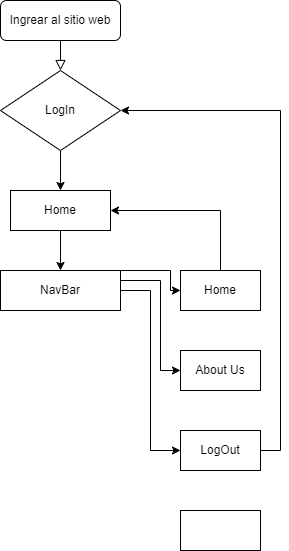
This is Flowchart.drawio.png from SRobinsonGonzalez/PF-Flowchart, a draw.io export, as it was before one commit. Source tidied: cells renumbered, new cells last; positions are measured from the earlier drawing's top-left corner, leaving out a move shared by most shapes. Its diagram source:
```xml
<mxGraphModel>
  <root>
    <mxCell id="0" />
    <mxCell id="1" parent="0" />
    <mxCell id="2" style="rounded=0;html=1;jettySize=auto;fontSize=11;endArrow=block;endFill=0;endSize=8;strokeWidth=1;shadow=0;labelBackgroundColor=none;edgeStyle=orthogonalEdgeStyle;entryX=0.5;entryY=0;entryDx=0;entryDy=0;" parent="1" edge="1" source="3" target="7">
      <mxGeometry relative="1" as="geometry" />
    </mxCell>
    <mxCell id="3" value="Ingrear al sitio web" style="rounded=1;whiteSpace=wrap;html=1;fontSize=12;glass=0;strokeWidth=1;shadow=0;" parent="1" vertex="1">
      <mxGeometry width="120" height="40" as="geometry" />
    </mxCell>
    <mxCell id="4" style="edgeStyle=orthogonalEdgeStyle;rounded=0;jettySize=auto;html=1;exitX=0.5;exitY=1;exitDx=0;exitDy=0;entryX=0.5;entryY=0;entryDx=0;entryDy=0;" parent="1" edge="1" source="5" target="16">
      <mxGeometry relative="1" as="geometry" />
    </mxCell>
    <mxCell id="5" value="Home" style="rounded=0;whiteSpace=wrap;html=1;" parent="1" vertex="1">
      <mxGeometry x="10" y="190" width="100" height="40" as="geometry" />
    </mxCell>
    <mxCell id="6" style="edgeStyle=orthogonalEdgeStyle;rounded=0;jettySize=auto;html=1;exitX=0.5;exitY=1;exitDx=0;exitDy=0;entryX=0.5;entryY=0;entryDx=0;entryDy=0;" parent="1" edge="1" source="7" target="5">
      <mxGeometry relative="1" as="geometry" />
    </mxCell>
    <mxCell id="7" value="LogIn" style="rhombus;whiteSpace=wrap;html=1;" parent="1" vertex="1">
      <mxGeometry y="70" width="120" height="80" as="geometry" />
    </mxCell>
    <mxCell id="8" value="About Us" style="rounded=0;whiteSpace=wrap;html=1;" parent="1" vertex="1">
      <mxGeometry x="180" y="350" width="80" height="40" as="geometry" />
    </mxCell>
    <mxCell id="9" style="edgeStyle=orthogonalEdgeStyle;rounded=0;jettySize=auto;html=1;exitX=0.5;exitY=0;exitDx=0;exitDy=0;entryX=1;entryY=0.5;entryDx=0;entryDy=0;" parent="1" edge="1" source="10" target="5">
      <mxGeometry relative="1" as="geometry" />
    </mxCell>
    <mxCell id="10" value="Home" style="rounded=0;whiteSpace=wrap;html=1;" parent="1" vertex="1">
      <mxGeometry x="180" y="270" width="80" height="40" as="geometry" />
    </mxCell>
    <mxCell id="11" style="edgeStyle=orthogonalEdgeStyle;rounded=0;jettySize=auto;html=1;exitX=1;exitY=0.5;exitDx=0;exitDy=0;entryX=1;entryY=0.5;entryDx=0;entryDy=0;" parent="1" edge="1" source="12" target="7">
      <mxGeometry relative="1" as="geometry" />
    </mxCell>
    <mxCell id="12" value="LogOut" style="rounded=0;whiteSpace=wrap;html=1;" parent="1" vertex="1">
      <mxGeometry x="180" y="430" width="80" height="40" as="geometry" />
    </mxCell>
    <mxCell id="13" style="edgeStyle=orthogonalEdgeStyle;rounded=0;jettySize=auto;html=1;exitX=1;exitY=0;exitDx=0;exitDy=0;entryX=0;entryY=0.5;entryDx=0;entryDy=0;" parent="1" edge="1" source="16" target="10">
      <mxGeometry relative="1" as="geometry">
        <Array as="points">
          <mxPoint x="170" y="270" />
          <mxPoint x="170" y="290" />
        </Array>
      </mxGeometry>
    </mxCell>
    <mxCell id="14" style="edgeStyle=orthogonalEdgeStyle;rounded=0;jettySize=auto;html=1;exitX=1;exitY=0.25;exitDx=0;exitDy=0;entryX=0;entryY=0.5;entryDx=0;entryDy=0;" parent="1" edge="1" source="16" target="8">
      <mxGeometry relative="1" as="geometry">
        <Array as="points">
          <mxPoint x="160" y="280" />
          <mxPoint x="160" y="370" />
        </Array>
      </mxGeometry>
    </mxCell>
    <mxCell id="15" style="edgeStyle=orthogonalEdgeStyle;rounded=0;jettySize=auto;html=1;entryX=0;entryY=0.5;entryDx=0;entryDy=0;" parent="1" edge="1" target="12">
      <mxGeometry relative="1" as="geometry">
        <mxPoint x="120" y="300" as="sourcePoint" />
        <Array as="points">
          <mxPoint x="120" y="290" />
          <mxPoint x="150" y="290" />
          <mxPoint x="150" y="450" />
        </Array>
      </mxGeometry>
    </mxCell>
    <mxCell id="16" value="NavBar" style="rounded=0;whiteSpace=wrap;html=1;" parent="1" vertex="1">
      <mxGeometry y="270" width="120" height="40" as="geometry" />
    </mxCell>
    <mxCell id="17" style="edgeStyle=orthogonalEdgeStyle;rounded=0;jettySize=auto;html=1;exitX=1;exitY=0.5;exitDx=0;exitDy=0;" parent="1" edge="1" source="16">
      <mxGeometry relative="1" as="geometry">
        <mxPoint x="120" y="290" as="targetPoint" />
      </mxGeometry>
    </mxCell>
    <mxCell id="18" style="rounded=0;whiteSpace=wrap;html=1;" parent="1" vertex="1">
      <mxGeometry x="180" y="510" width="80" height="40" as="geometry" />
    </mxCell>
  </root>
</mxGraphModel>
```
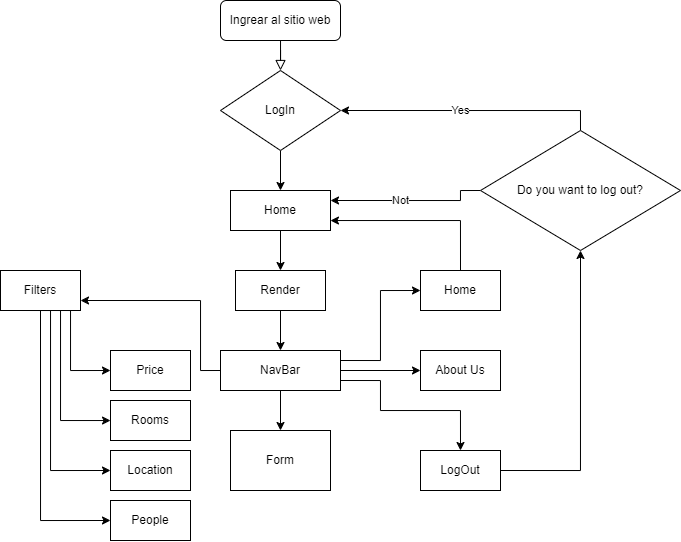
Later version of the same file.

Change to the diagram source:
```diff
@@ -8,9 +8,9 @@
     <mxCell id="3" value="Ingrear al sitio web" style="rounded=1;whiteSpace=wrap;html=1;fontSize=12;glass=0;strokeWidth=1;shadow=0;" parent="1" vertex="1">
       <mxGeometry width="120" height="40" as="geometry" />
     </mxCell>
-    <mxCell id="4" style="edgeStyle=orthogonalEdgeStyle;rounded=0;jettySize=auto;html=1;exitX=0.5;exitY=1;exitDx=0;exitDy=0;entryX=0.5;entryY=0;entryDx=0;entryDy=0;" parent="1" edge="1" source="5" target="16">
-      <mxGeometry relative="1" as="geometry" />
-    </mxCell>
+    <mxCell id="19" style="edgeStyle=orthogonalEdgeStyle;rounded=0;jettySize=auto;html=1;exitX=0.5;exitY=1;exitDx=0;exitDy=0;entryX=0.5;entryY=0;entryDx=0;entryDy=0;" parent="1" edge="1" source="5" target="37">
+      <mxGeometry relative="1" as="geometry" />
+    </mxCell>
     <mxCell id="5" value="Home" style="rounded=0;whiteSpace=wrap;html=1;" parent="1" vertex="1">
       <mxGeometry x="10" y="190" width="100" height="40" as="geometry" />
     </mxCell>
@@ -21,56 +21,121 @@
       <mxGeometry y="70" width="120" height="80" as="geometry" />
     </mxCell>
     <mxCell id="8" value="About Us" style="rounded=0;whiteSpace=wrap;html=1;" parent="1" vertex="1">
-      <mxGeometry x="180" y="350" width="80" height="40" as="geometry" />
+      <mxGeometry x="200" y="350" width="80" height="40" as="geometry" />
     </mxCell>
-    <mxCell id="9" style="edgeStyle=orthogonalEdgeStyle;rounded=0;jettySize=auto;html=1;exitX=0.5;exitY=0;exitDx=0;exitDy=0;entryX=1;entryY=0.5;entryDx=0;entryDy=0;" parent="1" edge="1" source="10" target="5">
-      <mxGeometry relative="1" as="geometry" />
+    <mxCell id="9" style="edgeStyle=orthogonalEdgeStyle;rounded=0;jettySize=auto;html=1;exitX=0.5;exitY=0;exitDx=0;exitDy=0;" parent="1" edge="1" source="10">
+      <mxGeometry relative="1" as="geometry">
+        <mxPoint x="110" y="220" as="targetPoint" />
+        <Array as="points">
+          <mxPoint x="240" y="220" />
+          <mxPoint x="110" y="220" />
+        </Array>
+      </mxGeometry>
     </mxCell>
     <mxCell id="10" value="Home" style="rounded=0;whiteSpace=wrap;html=1;" parent="1" vertex="1">
-      <mxGeometry x="180" y="270" width="80" height="40" as="geometry" />
+      <mxGeometry x="200" y="270" width="80" height="40" as="geometry" />
     </mxCell>
-    <mxCell id="11" style="edgeStyle=orthogonalEdgeStyle;rounded=0;jettySize=auto;html=1;exitX=1;exitY=0.5;exitDx=0;exitDy=0;entryX=1;entryY=0.5;entryDx=0;entryDy=0;" parent="1" edge="1" source="12" target="7">
-      <mxGeometry relative="1" as="geometry" />
-    </mxCell>
+    <mxCell id="20" style="edgeStyle=orthogonalEdgeStyle;rounded=0;jettySize=auto;html=1;exitX=0.5;exitY=1;exitDx=0;exitDy=0;entryX=0.5;entryY=0;entryDx=0;entryDy=0;" parent="1" edge="1" source="16" target="35">
+      <mxGeometry relative="1" as="geometry" />
+    </mxCell>
+    <mxCell id="13" style="edgeStyle=orthogonalEdgeStyle;rounded=0;jettySize=auto;html=1;exitX=1;exitY=0.25;exitDx=0;exitDy=0;entryX=0;entryY=0.5;entryDx=0;entryDy=0;" parent="1" edge="1" source="16" target="10">
+      <mxGeometry relative="1" as="geometry" />
+    </mxCell>
+    <mxCell id="21" style="edgeStyle=orthogonalEdgeStyle;rounded=0;jettySize=auto;html=1;exitX=0;exitY=0.5;exitDx=0;exitDy=0;entryX=1;entryY=0.75;entryDx=0;entryDy=0;" parent="1" edge="1" source="16" target="27">
+      <mxGeometry relative="1" as="geometry">
+        <Array as="points">
+          <mxPoint x="-20" y="370" />
+          <mxPoint x="-20" y="300" />
+        </Array>
+      </mxGeometry>
+    </mxCell>
+    <mxCell id="14" style="edgeStyle=orthogonalEdgeStyle;rounded=0;jettySize=auto;html=1;exitX=1;exitY=0.5;exitDx=0;exitDy=0;entryX=0;entryY=0.5;entryDx=0;entryDy=0;" parent="1" edge="1" source="16" target="8">
+      <mxGeometry relative="1" as="geometry" />
+    </mxCell>
+    <mxCell id="22" style="edgeStyle=orthogonalEdgeStyle;rounded=0;jettySize=auto;html=1;exitX=1;exitY=0.75;exitDx=0;exitDy=0;entryX=0.5;entryY=0;entryDx=0;entryDy=0;" parent="1" edge="1" source="16" target="12">
+      <mxGeometry relative="1" as="geometry">
+        <Array as="points">
+          <mxPoint x="160" y="380" />
+          <mxPoint x="160" y="410" />
+          <mxPoint x="240" y="410" />
+        </Array>
+      </mxGeometry>
+    </mxCell>
+    <mxCell id="16" value="NavBar" style="rounded=0;whiteSpace=wrap;html=1;" parent="1" vertex="1">
+      <mxGeometry y="350" width="120" height="40" as="geometry" />
+    </mxCell>
+    <mxCell id="18" value="Rooms" style="rounded=0;whiteSpace=wrap;html=1;" parent="1" vertex="1">
+      <mxGeometry x="-110" y="400" width="80" height="40" as="geometry" />
+    </mxCell>
+    <mxCell id="23" style="edgeStyle=orthogonalEdgeStyle;rounded=0;jettySize=auto;html=1;exitX=0.75;exitY=1;exitDx=0;exitDy=0;entryX=0;entryY=0.5;entryDx=0;entryDy=0;" parent="1" edge="1" source="27" target="28">
+      <mxGeometry relative="1" as="geometry">
+        <Array as="points">
+          <mxPoint x="-150" y="310" />
+          <mxPoint x="-150" y="370" />
+        </Array>
+      </mxGeometry>
+    </mxCell>
+    <mxCell id="24" style="edgeStyle=orthogonalEdgeStyle;rounded=0;jettySize=auto;html=1;exitX=0.5;exitY=1;exitDx=0;exitDy=0;entryX=0;entryY=0.5;entryDx=0;entryDy=0;" parent="1" edge="1" target="18">
+      <mxGeometry relative="1" as="geometry">
+        <mxPoint x="-170" y="310" as="sourcePoint" />
+        <Array as="points">
+          <mxPoint x="-160" y="310" />
+          <mxPoint x="-160" y="420" />
+          <mxPoint x="-110" y="420" />
+        </Array>
+      </mxGeometry>
+    </mxCell>
+    <mxCell id="25" style="edgeStyle=orthogonalEdgeStyle;rounded=0;jettySize=auto;html=1;exitX=0.25;exitY=1;exitDx=0;exitDy=0;entryX=0;entryY=0.5;entryDx=0;entryDy=0;" parent="1" edge="1" source="27" target="33">
+      <mxGeometry relative="1" as="geometry">
+        <Array as="points">
+          <mxPoint x="-170" y="310" />
+          <mxPoint x="-170" y="470" />
+        </Array>
+      </mxGeometry>
+    </mxCell>
+    <mxCell id="26" style="edgeStyle=orthogonalEdgeStyle;rounded=0;jettySize=auto;html=1;exitX=0.5;exitY=1;exitDx=0;exitDy=0;entryX=0;entryY=0.5;entryDx=0;entryDy=0;" parent="1" edge="1" source="27" target="34">
+      <mxGeometry relative="1" as="geometry" />
+    </mxCell>
+    <mxCell id="27" value="Filters" style="rounded=0;whiteSpace=wrap;html=1;" parent="1" vertex="1">
+      <mxGeometry x="-220" y="270" width="80" height="40" as="geometry" />
+    </mxCell>
+    <mxCell id="28" value="Price" style="rounded=0;whiteSpace=wrap;html=1;" parent="1" vertex="1">
+      <mxGeometry x="-110" y="350" width="80" height="40" as="geometry" />
+    </mxCell>
+    <mxCell id="29" style="edgeStyle=orthogonalEdgeStyle;rounded=0;jettySize=auto;html=1;exitX=1;exitY=0.5;exitDx=0;exitDy=0;entryX=0.5;entryY=1;entryDx=0;entryDy=0;" parent="1" edge="1" source="12" target="32">
+      <mxGeometry relative="1" as="geometry" />
+    </mxCell>
+    <mxCell id="30" value="Yes" style="edgeStyle=orthogonalEdgeStyle;rounded=0;jettySize=auto;html=1;exitX=0.5;exitY=0;exitDx=0;exitDy=0;entryX=1;entryY=0.5;entryDx=0;entryDy=0;" parent="1" edge="1" source="32" target="7">
+      <mxGeometry x="0.08" relative="1" as="geometry" />
+    </mxCell>
+    <mxCell id="31" value="Not" style="edgeStyle=orthogonalEdgeStyle;rounded=0;jettySize=auto;html=1;exitX=0;exitY=0.5;exitDx=0;exitDy=0;entryX=1;entryY=0.25;entryDx=0;entryDy=0;" parent="1" edge="1" source="32" target="5">
+      <mxGeometry x="0.12" relative="1" as="geometry">
+        <Array as="points">
+          <mxPoint x="240" y="190" />
+          <mxPoint x="240" y="200" />
+        </Array>
+      </mxGeometry>
+    </mxCell>
+    <mxCell id="32" value="Do you want to log out?" style="rhombus;whiteSpace=wrap;html=1;" parent="1" vertex="1">
+      <mxGeometry x="260" y="130" width="200" height="120" as="geometry" />
+    </mxCell>
+    <mxCell id="33" value="Location" style="rounded=0;whiteSpace=wrap;html=1;" parent="1" vertex="1">
+      <mxGeometry x="-110" y="450" width="80" height="40" as="geometry" />
+    </mxCell>
+    <mxCell id="34" value="People" style="rounded=0;whiteSpace=wrap;html=1;" parent="1" vertex="1">
+      <mxGeometry x="-110" y="500" width="80" height="40" as="geometry" />
+    </mxCell>
+    <mxCell id="35" value="Form" style="rounded=0;whiteSpace=wrap;html=1;" parent="1" vertex="1">
+      <mxGeometry x="10" y="430" width="100" height="60" as="geometry" />
+    </mxCell>
+    <mxCell id="36" style="edgeStyle=orthogonalEdgeStyle;rounded=0;jettySize=auto;html=1;exitX=0.5;exitY=1;exitDx=0;exitDy=0;entryX=0.5;entryY=0;entryDx=0;entryDy=0;" parent="1" edge="1" source="37" target="16">
+      <mxGeometry relative="1" as="geometry" />
+    </mxCell>
+    <mxCell id="37" value="Render" style="rounded=0;whiteSpace=wrap;html=1;" parent="1" vertex="1">
+      <mxGeometry x="15" y="270" width="90" height="40" as="geometry" />
+    </mxCell>
     <mxCell id="12" value="LogOut" style="rounded=0;whiteSpace=wrap;html=1;" parent="1" vertex="1">
-      <mxGeometry x="180" y="430" width="80" height="40" as="geometry" />
+      <mxGeometry x="200" y="450" width="80" height="40" as="geometry" />
     </mxCell>
-    <mxCell id="13" style="edgeStyle=orthogonalEdgeStyle;rounded=0;jettySize=auto;html=1;exitX=1;exitY=0;exitDx=0;exitDy=0;entryX=0;entryY=0.5;entryDx=0;entryDy=0;" parent="1" edge="1" source="16" target="10">
-      <mxGeometry relative="1" as="geometry">
-        <Array as="points">
-          <mxPoint x="170" y="270" />
-          <mxPoint x="170" y="290" />
-        </Array>
-      </mxGeometry>
-    </mxCell>
-    <mxCell id="14" style="edgeStyle=orthogonalEdgeStyle;rounded=0;jettySize=auto;html=1;exitX=1;exitY=0.25;exitDx=0;exitDy=0;entryX=0;entryY=0.5;entryDx=0;entryDy=0;" parent="1" edge="1" source="16" target="8">
-      <mxGeometry relative="1" as="geometry">
-        <Array as="points">
-          <mxPoint x="160" y="280" />
-          <mxPoint x="160" y="370" />
-        </Array>
-      </mxGeometry>
-    </mxCell>
-    <mxCell id="15" style="edgeStyle=orthogonalEdgeStyle;rounded=0;jettySize=auto;html=1;entryX=0;entryY=0.5;entryDx=0;entryDy=0;" parent="1" edge="1" target="12">
-      <mxGeometry relative="1" as="geometry">
-        <mxPoint x="120" y="300" as="sourcePoint" />
-        <Array as="points">
-          <mxPoint x="120" y="290" />
-          <mxPoint x="150" y="290" />
-          <mxPoint x="150" y="450" />
-        </Array>
-      </mxGeometry>
-    </mxCell>
-    <mxCell id="16" value="NavBar" style="rounded=0;whiteSpace=wrap;html=1;" parent="1" vertex="1">
-      <mxGeometry y="270" width="120" height="40" as="geometry" />
-    </mxCell>
-    <mxCell id="17" style="edgeStyle=orthogonalEdgeStyle;rounded=0;jettySize=auto;html=1;exitX=1;exitY=0.5;exitDx=0;exitDy=0;" parent="1" edge="1" source="16">
-      <mxGeometry relative="1" as="geometry">
-        <mxPoint x="120" y="290" as="targetPoint" />
-      </mxGeometry>
-    </mxCell>
-    <mxCell id="18" style="rounded=0;whiteSpace=wrap;html=1;" parent="1" vertex="1">
-      <mxGeometry x="180" y="510" width="80" height="40" as="geometry" />
-    </mxCell>
   </root>
 </mxGraphModel>
```
